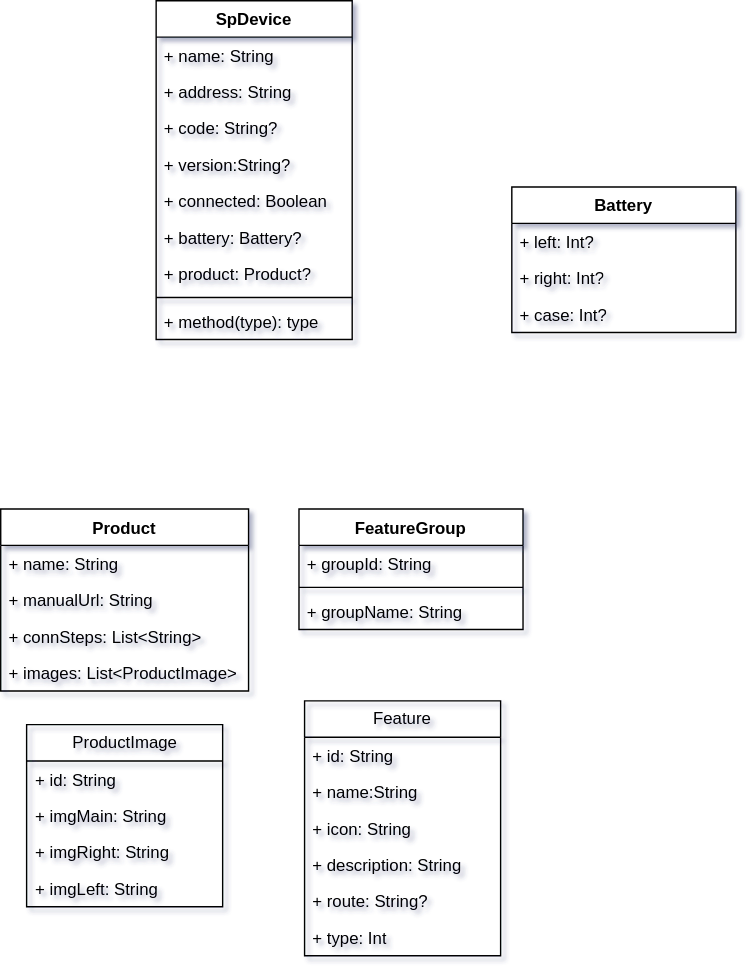
kekemao00/draw-libs keeps this draw.io diagram as 未命名绘图.drawio.svg. Above is the earlier version. Source tidied: cells renumbered, new cells last; positions are measured from the earlier drawing's top-left corner, leaving out a move shared by most shapes.
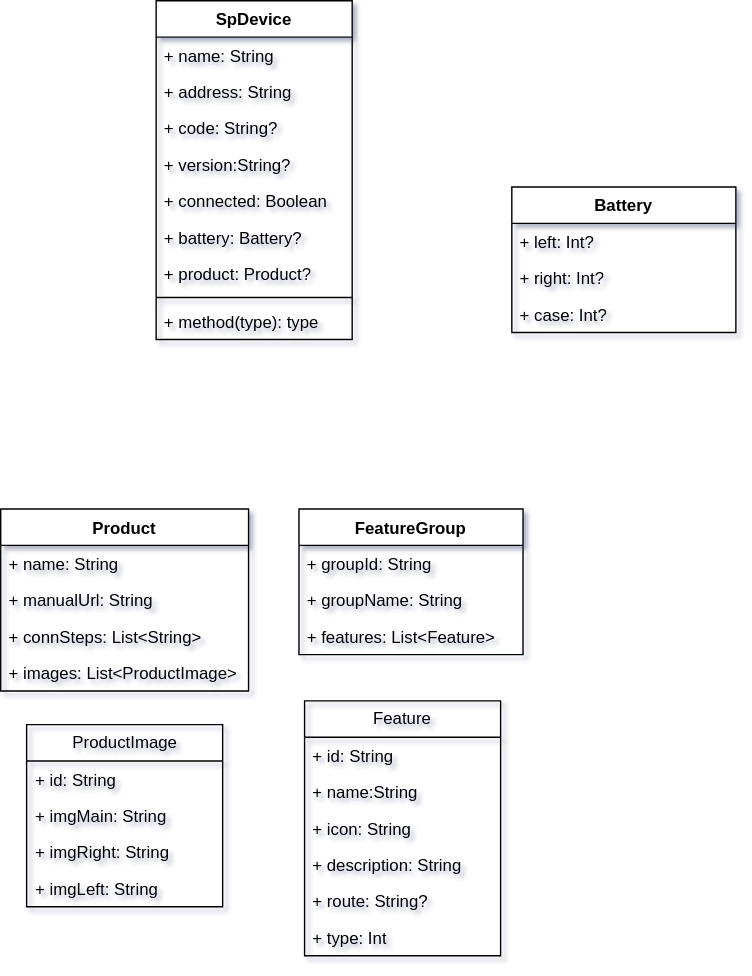
After the commit.

Commit message:
更新未命名绘图.drawio.svg

What changed in the source:
```diff
@@ -75,17 +75,17 @@
       <mxGeometry y="104" width="140" height="26" as="geometry" />
     </mxCell>
     <mxCell id="26" value="FeatureGroup" style="swimlane;fontStyle=1;align=center;verticalAlign=top;horizontal=1;startSize=26;whiteSpace=wrap;html=1;" parent="1" vertex="1">
-      <mxGeometry x="213" y="363" width="160" height="86" as="geometry" />
+      <mxGeometry x="213" y="363" width="160" height="104" as="geometry" />
     </mxCell>
     <mxCell id="27" value="+ groupId: String" style="text;strokeColor=none;fillColor=none;align=left;verticalAlign=top;spacingLeft=4;spacingRight=4;overflow=hidden;whiteSpace=wrap;html=1;" parent="26" vertex="1">
       <mxGeometry y="26" width="160" height="26" as="geometry" />
     </mxCell>
-    <mxCell id="28" style="line;strokeWidth=1;fillColor=none;align=left;verticalAlign=middle;spacingTop=-1;spacingLeft=3;spacingRight=3;labelPosition=right;strokeColor=inherit;" parent="26" vertex="1">
-      <mxGeometry y="52" width="160" height="8" as="geometry" />
-    </mxCell>
     <mxCell id="29" value="+ groupName: String" style="text;strokeColor=none;fillColor=none;align=left;verticalAlign=top;spacingLeft=4;spacingRight=4;overflow=hidden;whiteSpace=wrap;html=1;" parent="26" vertex="1">
-      <mxGeometry y="60" width="160" height="26" as="geometry" />
+      <mxGeometry y="52" width="160" height="26" as="geometry" />
     </mxCell>
+    <mxCell id="37" value="+ features: List&amp;lt;Feature&amp;gt;" style="text;strokeColor=none;fillColor=none;align=left;verticalAlign=top;spacingLeft=4;spacingRight=4;overflow=hidden;whiteSpace=wrap;html=1;" parent="26" vertex="1">
+      <mxGeometry y="78" width="160" height="26" as="geometry" />
+    </mxCell>
     <mxCell id="30" value="Feature" style="swimlane;fontStyle=0;horizontal=1;startSize=26;fillColor=none;whiteSpace=wrap;html=1;" parent="1" vertex="1">
       <mxGeometry x="217" y="500" width="140" height="182" as="geometry" />
     </mxCell>
```
